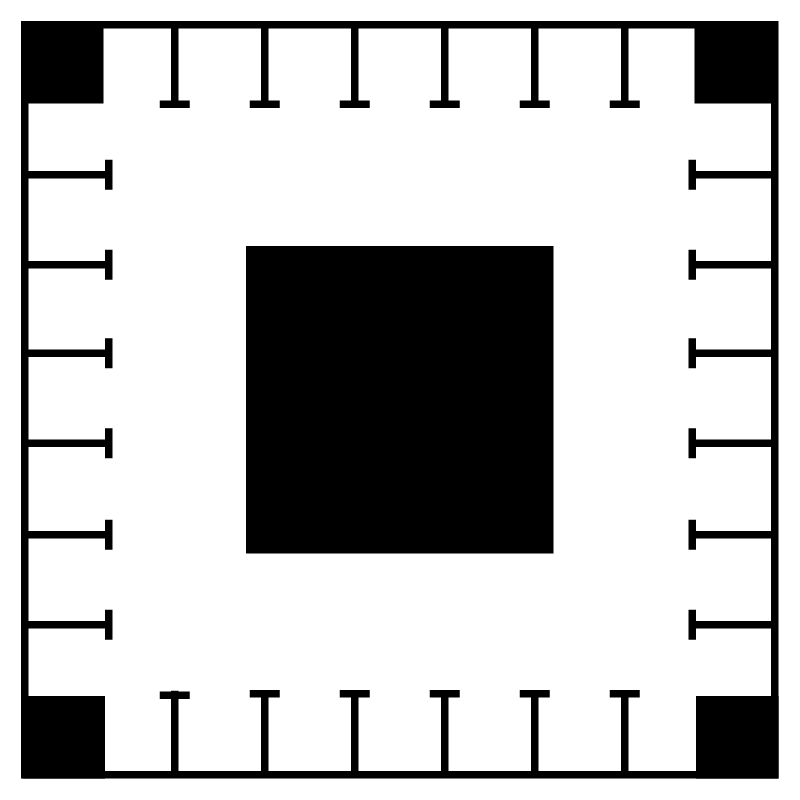
LeAnhChien-1903/dwa_multi_robot keeps this draw.io diagram as page "Page-1" (1 of 2) of slam/office.drawio. Above is the earlier version. Source tidied: cells renumbered, new cells numbered last; positions are measured from the earlier drawing's top-left corner, leaving out a move shared by most shapes. Both pictures are drawn from the tidied source at 150%, with x=0, y=0 at pixel (24, 24).
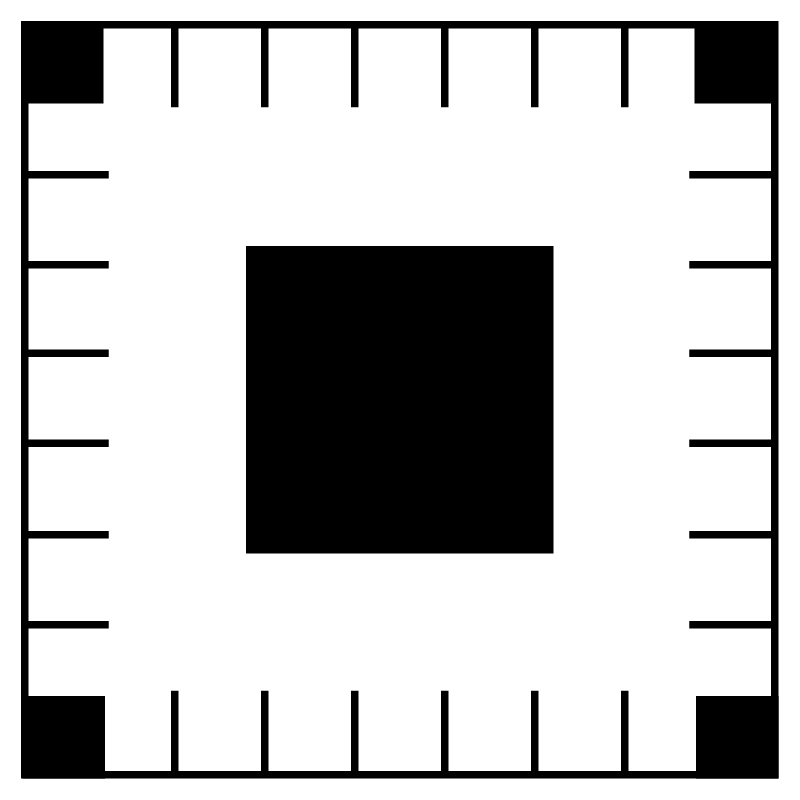
After the change.

The edit, as a diff of the source:
```diff
@@
-    <mxCell id="9" style="endArrow=none;html=1;rounded=0;labelBackgroundColor=default;strokeColor=default;strokeWidth=5;align=center;verticalAlign=middle;fontFamily=Helvetica;fontSize=12;fontColor=default;shape=connector;" parent="1" edge="1">
-      <mxGeometry relative="1" as="geometry">
-        <mxPoint x="110" y="53" as="sourcePoint" />
-        <mxPoint x="90" y="53" as="targetPoint" />
-      </mxGeometry>
-    </mxCell>
@@
-    <mxCell id="11" style="endArrow=none;html=1;rounded=0;labelBackgroundColor=default;strokeColor=default;strokeWidth=5;align=center;verticalAlign=middle;fontFamily=Helvetica;fontSize=12;fontColor=default;shape=connector;" parent="1" edge="1">
-      <mxGeometry relative="1" as="geometry">
-        <mxPoint x="170" y="53" as="sourcePoint" />
-        <mxPoint x="150" y="53" as="targetPoint" />
-      </mxGeometry>
-    </mxCell>
@@
-    <mxCell id="13" style="endArrow=none;html=1;rounded=0;labelBackgroundColor=default;strokeColor=default;strokeWidth=5;align=center;verticalAlign=middle;fontFamily=Helvetica;fontSize=12;fontColor=default;shape=connector;" parent="1" edge="1">
-      <mxGeometry relative="1" as="geometry">
-        <mxPoint x="230" y="53" as="sourcePoint" />
-        <mxPoint x="210" y="53" as="targetPoint" />
-      </mxGeometry>
-    </mxCell>
@@
-    <mxCell id="15" style="endArrow=none;html=1;rounded=0;labelBackgroundColor=default;strokeColor=default;strokeWidth=5;align=center;verticalAlign=middle;fontFamily=Helvetica;fontSize=12;fontColor=default;shape=connector;" parent="1" edge="1">
-      <mxGeometry relative="1" as="geometry">
-        <mxPoint x="290" y="53" as="sourcePoint" />
-        <mxPoint x="270" y="53" as="targetPoint" />
-      </mxGeometry>
-    </mxCell>
@@
-    <mxCell id="17" style="endArrow=none;html=1;rounded=0;labelBackgroundColor=default;strokeColor=default;strokeWidth=5;align=center;verticalAlign=middle;fontFamily=Helvetica;fontSize=12;fontColor=default;shape=connector;" parent="1" edge="1">
-      <mxGeometry relative="1" as="geometry">
-        <mxPoint x="350" y="53" as="sourcePoint" />
-        <mxPoint x="330" y="53" as="targetPoint" />
-      </mxGeometry>
-    </mxCell>
@@
-    <mxCell id="19" style="endArrow=none;html=1;rounded=0;labelBackgroundColor=default;strokeColor=default;strokeWidth=5;align=center;verticalAlign=middle;fontFamily=Helvetica;fontSize=12;fontColor=default;shape=connector;" parent="1" edge="1">
-      <mxGeometry relative="1" as="geometry">
-        <mxPoint x="410" y="53" as="sourcePoint" />
-        <mxPoint x="390" y="53" as="targetPoint" />
-      </mxGeometry>
-    </mxCell>
@@
-    <mxCell id="26" style="endArrow=none;html=1;rounded=0;labelBackgroundColor=default;strokeColor=default;strokeWidth=5;align=center;verticalAlign=middle;fontFamily=Helvetica;fontSize=12;fontColor=default;shape=connector;" parent="1" edge="1">
-      <mxGeometry relative="1" as="geometry">
-        <mxPoint x="110" y="447" as="sourcePoint" />
-        <mxPoint x="90" y="447" as="targetPoint" />
-      </mxGeometry>
-    </mxCell>
-    <mxCell id="27" style="endArrow=none;html=1;rounded=0;labelBackgroundColor=default;strokeColor=default;strokeWidth=5;align=center;verticalAlign=middle;fontFamily=Helvetica;fontSize=12;fontColor=default;shape=connector;" parent="1" edge="1">
-      <mxGeometry relative="1" as="geometry">
-        <mxPoint x="170" y="446" as="sourcePoint" />
-        <mxPoint x="150" y="446" as="targetPoint" />
-      </mxGeometry>
-    </mxCell>
-    <mxCell id="28" style="endArrow=none;html=1;rounded=0;labelBackgroundColor=default;strokeColor=default;strokeWidth=5;align=center;verticalAlign=middle;fontFamily=Helvetica;fontSize=12;fontColor=default;shape=connector;" parent="1" edge="1">
-      <mxGeometry relative="1" as="geometry">
-        <mxPoint x="230" y="446" as="sourcePoint" />
-        <mxPoint x="210" y="446" as="targetPoint" />
-      </mxGeometry>
-    </mxCell>
-    <mxCell id="29" style="endArrow=none;html=1;rounded=0;labelBackgroundColor=default;strokeColor=default;strokeWidth=5;align=center;verticalAlign=middle;fontFamily=Helvetica;fontSize=12;fontColor=default;shape=connector;" parent="1" edge="1">
-      <mxGeometry relative="1" as="geometry">
-        <mxPoint x="290" y="446" as="sourcePoint" />
-        <mxPoint x="270" y="446" as="targetPoint" />
-      </mxGeometry>
-    </mxCell>
-    <mxCell id="30" style="endArrow=none;html=1;rounded=0;labelBackgroundColor=default;strokeColor=default;strokeWidth=5;align=center;verticalAlign=middle;fontFamily=Helvetica;fontSize=12;fontColor=default;shape=connector;" parent="1" edge="1">
-      <mxGeometry relative="1" as="geometry">
-        <mxPoint x="350" y="446" as="sourcePoint" />
-        <mxPoint x="330" y="446" as="targetPoint" />
-      </mxGeometry>
-    </mxCell>
-    <mxCell id="31" style="endArrow=none;html=1;rounded=0;labelBackgroundColor=default;strokeColor=default;strokeWidth=5;align=center;verticalAlign=middle;fontFamily=Helvetica;fontSize=12;fontColor=default;shape=connector;" parent="1" edge="1">
-      <mxGeometry relative="1" as="geometry">
-        <mxPoint x="410" y="446" as="sourcePoint" />
-        <mxPoint x="390" y="446" as="targetPoint" />
-      </mxGeometry>
-    </mxCell>
@@
-    <mxCell id="33" style="endArrow=none;html=1;rounded=0;labelBackgroundColor=default;strokeColor=default;strokeWidth=5;align=center;verticalAlign=middle;fontFamily=Helvetica;fontSize=12;fontColor=default;shape=connector;" parent="1" edge="1">
-      <mxGeometry relative="1" as="geometry">
-        <mxPoint x="56" y="110" as="sourcePoint" />
-        <mxPoint x="56" y="90" as="targetPoint" />
-      </mxGeometry>
-    </mxCell>
@@
-    <mxCell id="35" style="endArrow=none;html=1;rounded=0;labelBackgroundColor=default;strokeColor=default;strokeWidth=5;align=center;verticalAlign=middle;fontFamily=Helvetica;fontSize=12;fontColor=default;shape=connector;" parent="1" edge="1">
-      <mxGeometry relative="1" as="geometry">
-        <mxPoint x="56" y="170" as="sourcePoint" />
-        <mxPoint x="56" y="150" as="targetPoint" />
-      </mxGeometry>
-    </mxCell>
@@
-    <mxCell id="37" style="endArrow=none;html=1;rounded=0;labelBackgroundColor=default;strokeColor=default;strokeWidth=5;align=center;verticalAlign=middle;fontFamily=Helvetica;fontSize=12;fontColor=default;shape=connector;" parent="1" edge="1">
-      <mxGeometry relative="1" as="geometry">
-        <mxPoint x="56" y="229" as="sourcePoint" />
-        <mxPoint x="56" y="209" as="targetPoint" />
-      </mxGeometry>
-    </mxCell>
@@
-    <mxCell id="39" style="endArrow=none;html=1;rounded=0;labelBackgroundColor=default;strokeColor=default;strokeWidth=5;align=center;verticalAlign=middle;fontFamily=Helvetica;fontSize=12;fontColor=default;shape=connector;" parent="1" edge="1">
-      <mxGeometry relative="1" as="geometry">
-        <mxPoint x="56" y="289" as="sourcePoint" />
-        <mxPoint x="56" y="269" as="targetPoint" />
-      </mxGeometry>
-    </mxCell>
@@
-    <mxCell id="41" style="endArrow=none;html=1;rounded=0;labelBackgroundColor=default;strokeColor=default;strokeWidth=5;align=center;verticalAlign=middle;fontFamily=Helvetica;fontSize=12;fontColor=default;shape=connector;" parent="1" edge="1">
-      <mxGeometry relative="1" as="geometry">
-        <mxPoint x="56" y="350" as="sourcePoint" />
-        <mxPoint x="56" y="330" as="targetPoint" />
-      </mxGeometry>
-    </mxCell>
@@
-    <mxCell id="43" style="endArrow=none;html=1;rounded=0;labelBackgroundColor=default;strokeColor=default;strokeWidth=5;align=center;verticalAlign=middle;fontFamily=Helvetica;fontSize=12;fontColor=default;shape=connector;" parent="1" edge="1">
-      <mxGeometry relative="1" as="geometry">
-        <mxPoint x="56" y="410" as="sourcePoint" />
-        <mxPoint x="56" y="390" as="targetPoint" />
-      </mxGeometry>
-    </mxCell>
@@
-    <mxCell id="50" style="endArrow=none;html=1;rounded=0;labelBackgroundColor=default;strokeColor=default;strokeWidth=5;align=center;verticalAlign=middle;fontFamily=Helvetica;fontSize=12;fontColor=default;shape=connector;" parent="1" edge="1">
-      <mxGeometry relative="1" as="geometry">
-        <mxPoint x="445" y="110" as="sourcePoint" />
-        <mxPoint x="445" y="90" as="targetPoint" />
-      </mxGeometry>
-    </mxCell>
-    <mxCell id="51" style="endArrow=none;html=1;rounded=0;labelBackgroundColor=default;strokeColor=default;strokeWidth=5;align=center;verticalAlign=middle;fontFamily=Helvetica;fontSize=12;fontColor=default;shape=connector;" parent="1" edge="1">
-      <mxGeometry relative="1" as="geometry">
-        <mxPoint x="445" y="170" as="sourcePoint" />
-        <mxPoint x="445" y="150" as="targetPoint" />
-      </mxGeometry>
-    </mxCell>
-    <mxCell id="52" style="endArrow=none;html=1;rounded=0;labelBackgroundColor=default;strokeColor=default;strokeWidth=5;align=center;verticalAlign=middle;fontFamily=Helvetica;fontSize=12;fontColor=default;shape=connector;" parent="1" edge="1">
-      <mxGeometry relative="1" as="geometry">
-        <mxPoint x="445" y="229" as="sourcePoint" />
-        <mxPoint x="445" y="209" as="targetPoint" />
-      </mxGeometry>
-    </mxCell>
-    <mxCell id="53" style="endArrow=none;html=1;rounded=0;labelBackgroundColor=default;strokeColor=default;strokeWidth=5;align=center;verticalAlign=middle;fontFamily=Helvetica;fontSize=12;fontColor=default;shape=connector;" parent="1" edge="1">
-      <mxGeometry relative="1" as="geometry">
-        <mxPoint x="445" y="289" as="sourcePoint" />
-        <mxPoint x="445" y="269" as="targetPoint" />
-      </mxGeometry>
-    </mxCell>
-    <mxCell id="54" style="endArrow=none;html=1;rounded=0;labelBackgroundColor=default;strokeColor=default;strokeWidth=5;align=center;verticalAlign=middle;fontFamily=Helvetica;fontSize=12;fontColor=default;shape=connector;" parent="1" edge="1">
-      <mxGeometry relative="1" as="geometry">
-        <mxPoint x="445" y="350" as="sourcePoint" />
-        <mxPoint x="445" y="330" as="targetPoint" />
-      </mxGeometry>
-    </mxCell>
-    <mxCell id="55" style="endArrow=none;html=1;rounded=0;labelBackgroundColor=default;strokeColor=default;strokeWidth=5;align=center;verticalAlign=middle;fontFamily=Helvetica;fontSize=12;fontColor=default;shape=connector;" parent="1" edge="1">
-      <mxGeometry relative="1" as="geometry">
-        <mxPoint x="445" y="410" as="sourcePoint" />
-        <mxPoint x="445" y="390" as="targetPoint" />
-      </mxGeometry>
-    </mxCell>
```
